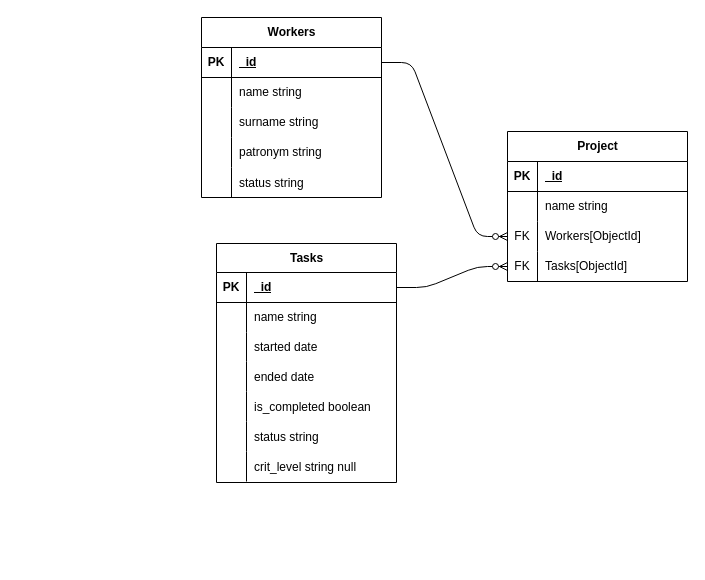
shmkvdmd/SUAI keeps this draw.io diagram as 3 year/DataBase/11lab/lab11.drawio. Above is the earlier version. Source tidied: cells renumbered, new cells numbered last; positions are measured from the earlier drawing's top-left corner, leaving out a move shared by most shapes. Both pictures are drawn from the tidied source at 100%, with x=0, y=0 at pixel (201, 17).
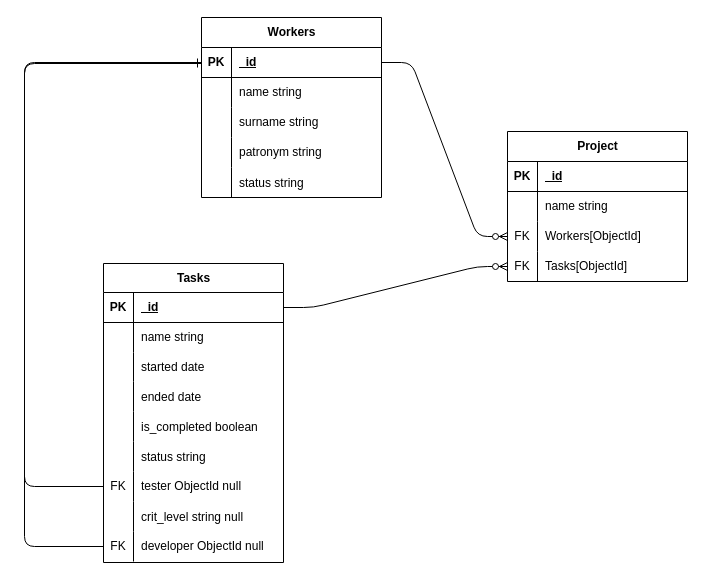
After the change.

Unchanged cells that the change refers to:
```xml
<mxCell id="38" style="shape=tableRow;horizontal=0;startSize=0;swimlaneHead=0;swimlaneBody=0;fillColor=none;points=[[0,0.5],[1,0.5]];portConstraint=eastwest;top=0;left=0;right=0;bottom=1;" parent="37" vertex="1">
  <mxGeometry y="30" width="180" height="30" as="geometry" />
</mxCell>
```

Diff of the diagram source:
```diff
@@
     <mxCell id="15" value="Tasks" style="shape=table;startSize=29;childLayout=tableLayout;rowLines=0;fontStyle=1;align=center;html=1;" parent="1" vertex="1">
-      <mxGeometry x="15" y="226" width="180" height="239" as="geometry" />
+      <mxGeometry x="-98" y="246" width="180" height="299" as="geometry" />
     </mxCell>
@@
+    <mxCell id="55" style="shape=tableRow;horizontal=0;startSize=0;swimlaneHead=0;swimlaneBody=0;fillColor=none;points=[[0,0.5],[1,0.5]];portConstraint=eastwest;top=0;left=0;right=0;bottom=0;" parent="15" vertex="1">
+      <mxGeometry y="208" width="180" height="30" as="geometry" />
+    </mxCell>
+    <mxCell id="56" value="FK" style="shape=partialRectangle;fillColor=none;top=0;left=0;bottom=0;right=0;fontStyle=0;overflow=hidden;whiteSpace=wrap;html=1;" parent="55" vertex="1">
+      <mxGeometry width="30" height="30" as="geometry" />
+    </mxCell>
+    <mxCell id="57" value="tester ObjectId null" style="shape=partialRectangle;fillColor=none;top=0;left=0;bottom=0;right=0;align=left;spacingLeft=6;fontStyle=0;overflow=hidden;whiteSpace=wrap;html=1;" parent="55" vertex="1">
+      <mxGeometry x="30" width="150" height="30" as="geometry" />
+    </mxCell>
     <mxCell id="34" style="shape=tableRow;horizontal=0;startSize=0;swimlaneHead=0;swimlaneBody=0;fillColor=none;top=0;left=0;right=0;bottom=0;" parent="15" vertex="1">
-      <mxGeometry y="208" width="180" height="30" as="geometry" />
+      <mxGeometry y="238" width="180" height="30" as="geometry" />
     </mxCell>
@@
+    <mxCell id="58" style="shape=tableRow;horizontal=0;startSize=0;swimlaneHead=0;swimlaneBody=0;fillColor=none;points=[[0,0.5],[1,0.5]];portConstraint=eastwest;top=0;left=0;right=0;bottom=0;" parent="15" vertex="1">
+      <mxGeometry y="268" width="180" height="30" as="geometry" />
+    </mxCell>
+    <mxCell id="59" value="FK" style="shape=partialRectangle;fillColor=none;top=0;left=0;bottom=0;right=0;fontStyle=0;overflow=hidden;whiteSpace=wrap;html=1;" parent="58" vertex="1">
+      <mxGeometry width="30" height="30" as="geometry" />
+    </mxCell>
+    <mxCell id="60" value="developer ObjectId null" style="shape=partialRectangle;fillColor=none;top=0;left=0;bottom=0;right=0;align=left;spacingLeft=6;fontStyle=0;overflow=hidden;whiteSpace=wrap;html=1;" parent="58" vertex="1">
+      <mxGeometry x="30" width="150" height="30" as="geometry" />
+    </mxCell>
@@
+    <mxCell id="61" style="fontSize=12;html=1;endArrow=ERone;endFill=1;rounded=1;entryX=0;entryY=0.5;entryDx=0;entryDy=0;exitX=0;exitY=0.5;exitDx=0;exitDy=0;" parent="1" edge="1" source="55" target="38">
+      <mxGeometry relative="1" as="geometry">
+        <Array as="points">
+          <mxPoint x="-177" y="469" />
+          <mxPoint x="-177" y="45" />
+        </Array>
+      </mxGeometry>
+    </mxCell>
+    <mxCell id="62" style="fontSize=12;html=1;endArrow=ERone;endFill=1;rounded=1;entryX=0;entryY=0.5;entryDx=0;entryDy=0;exitX=0;exitY=0.5;exitDx=0;exitDy=0;" parent="1" edge="1" source="58">
+      <mxGeometry relative="1" as="geometry">
+        <mxPoint y="46" as="targetPoint" />
+        <Array as="points">
+          <mxPoint x="-177" y="529" />
+          <mxPoint x="-177" y="46" />
+        </Array>
+      </mxGeometry>
+    </mxCell>
```
